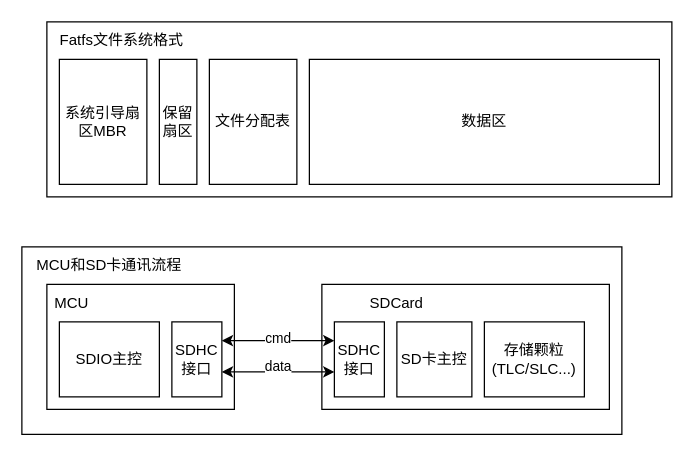
The draw.io diagram page "sdio" (7 of 11) of src/doc/embed.drawio in zc110747/embedded_based_on_stm32, before the edit. Source tidied: cells renumbered, new cells numbered last; positions are measured from the earlier drawing's top-left corner, leaving out a move shared by most shapes. Both pictures are drawn from the tidied source at 125%, with x=0, y=0 at pixel (21, 21).
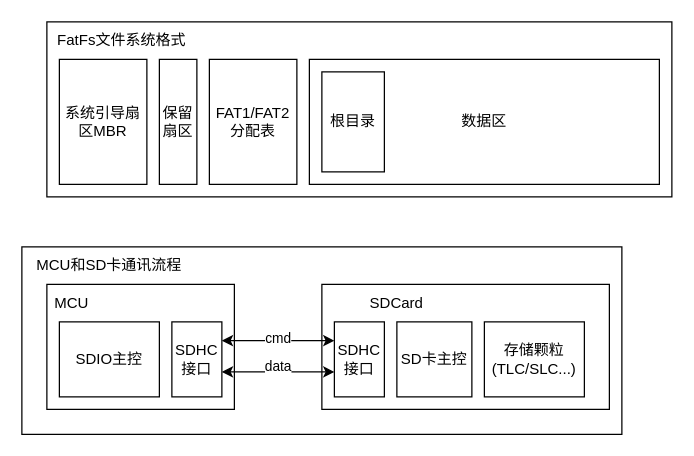
Above is the later version.

What changed in the source:
```diff
@@
-    <mxCell id="6" value="文件分配表" style="rounded=0;whiteSpace=wrap;html=1;" parent="1" vertex="1">
+    <mxCell id="6" value="FAT1/FAT2分配表" style="rounded=0;whiteSpace=wrap;html=1;" parent="1" vertex="1">
       <mxGeometry x="150" y="30" width="70" height="100" as="geometry" />
     </mxCell>
@@
-    <mxCell id="9" value="Fatfs文件系统格式" style="text;html=1;align=center;verticalAlign=middle;whiteSpace=wrap;rounded=0;" parent="1" vertex="1">
+    <mxCell id="9" value="FatFs文件系统格式" style="text;html=1;align=center;verticalAlign=middle;whiteSpace=wrap;rounded=0;" parent="1" vertex="1">
       <mxGeometry x="10" width="140" height="30" as="geometry" />
     </mxCell>
@@
+    <mxCell id="24" value="根目录" style="rounded=0;whiteSpace=wrap;html=1;" parent="1" vertex="1">
+      <mxGeometry x="240" y="40" width="50" height="80" as="geometry" />
+    </mxCell>
```
